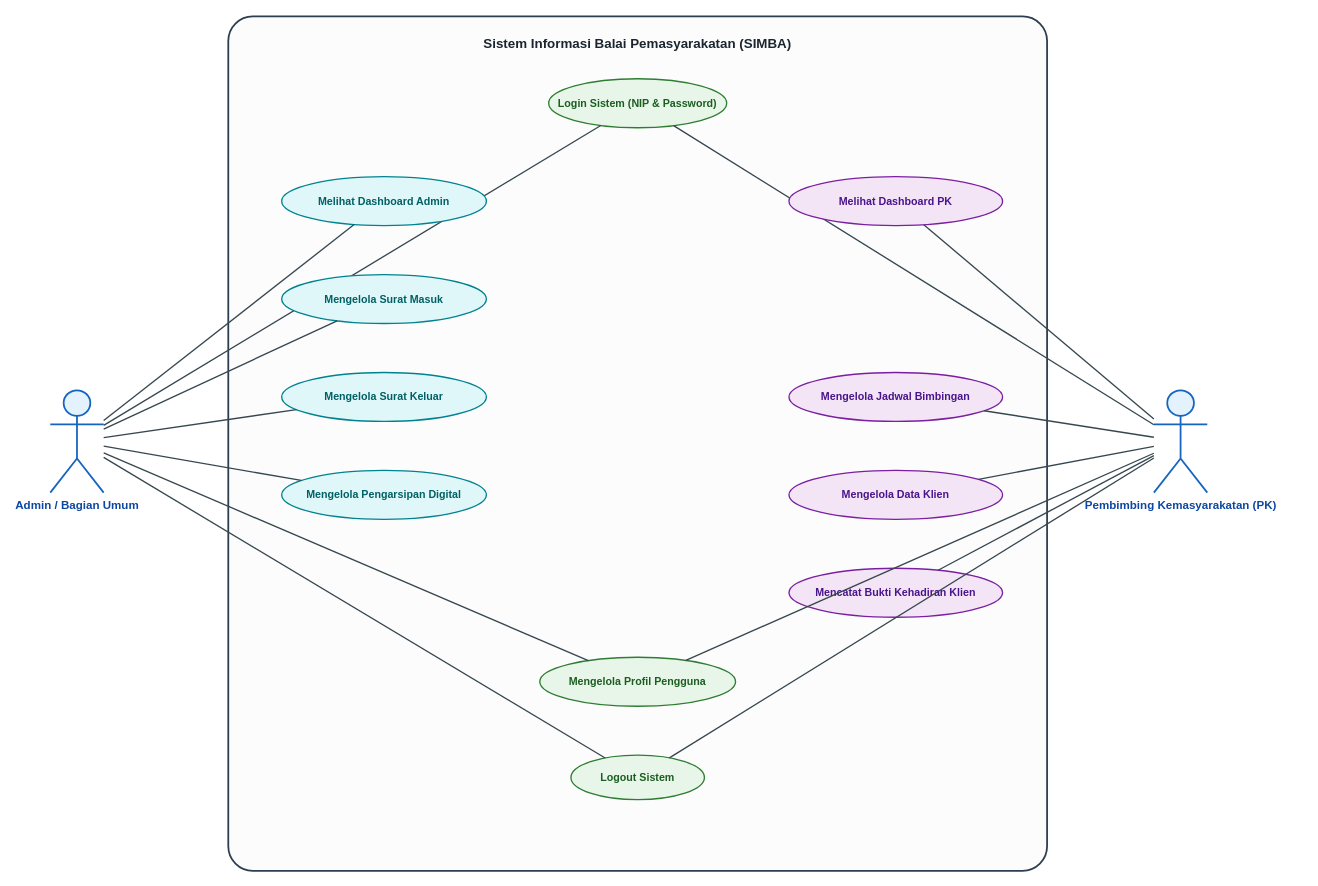
This is diagram/use_case_simba.drawio from hilyaaulia14/SIMBA, a draw.io file, before an edit. Source tidied: cells renumbered, new cells numbered last; positions are measured from the earlier drawing's top-left corner, leaving out a move shared by most shapes. Both pictures are drawn from the tidied source at 89%, with x=0, y=0 at pixel (50, 16).
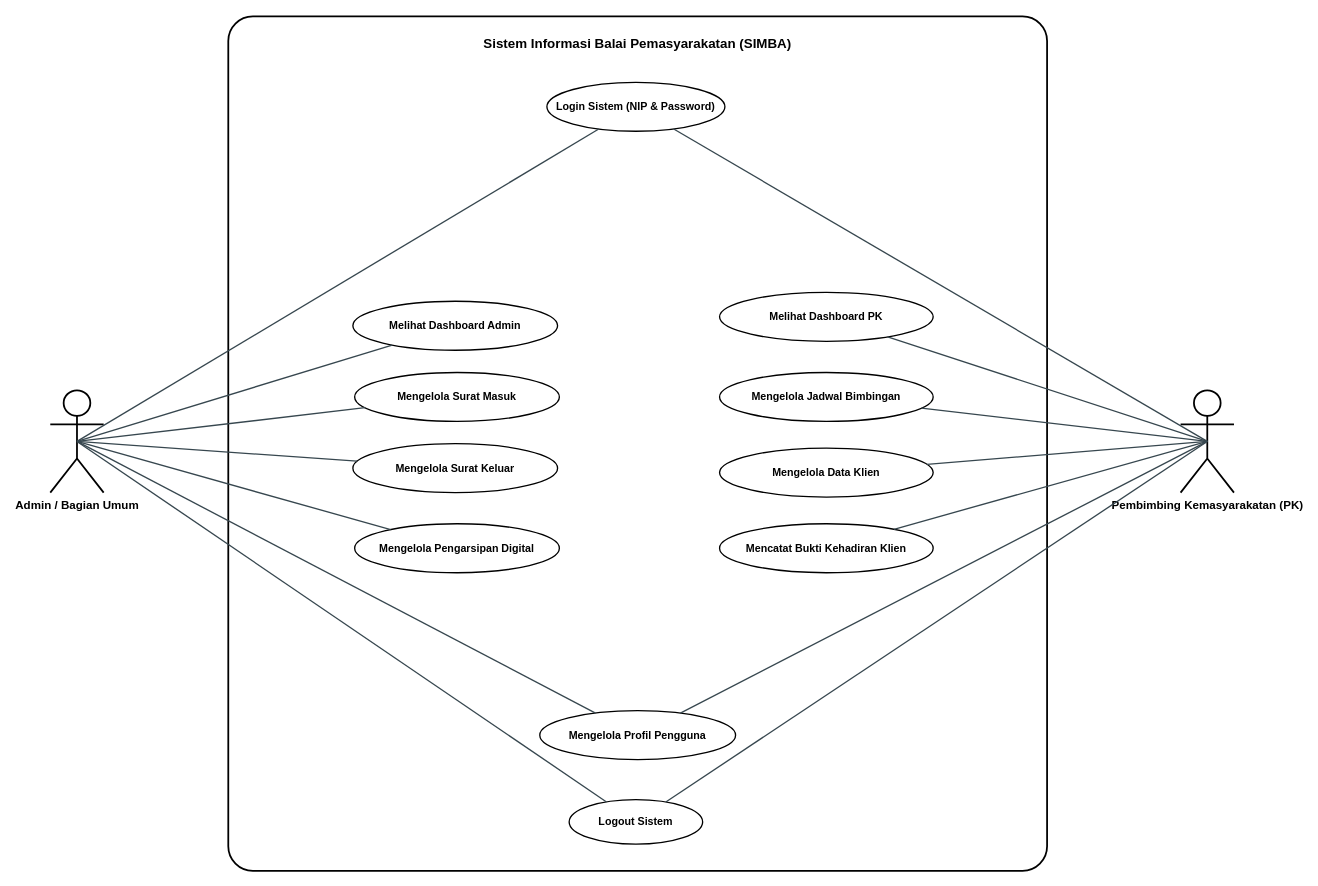
The same diagram, later.

Change to the diagram source:
```diff
@@
-    <mxCell id="2" value="Sistem Informasi Balai Pemasyarakatan (SIMBA)" style="rounded=1;whiteSpace=wrap;html=1;arcSize=3;strokeWidth=2;fillColor=#fcfcfd;strokeColor=#2c3e50;verticalAlign=top;fontStyle=1;fontSize=15;fontColor=#1a252f;spacingTop=15;" parent="1" vertex="1">
+    <mxCell id="2" value="Sistem Informasi Balai Pemasyarakatan (SIMBA)" style="rounded=1;whiteSpace=wrap;html=1;arcSize=3;strokeWidth=2;verticalAlign=top;fontStyle=1;fontSize=15;spacingTop=15;fillColor=none;" parent="1" vertex="1">
       <mxGeometry x="200" width="920" height="960" as="geometry" />
     </mxCell>
-    <mxCell id="3" value="Admin / Bagian Umum" style="shape=umlActor;verticalLabelPosition=bottom;verticalAlign=top;html=1;outlineConnect=0;fontStyle=1;fontSize=13;strokeWidth=2;fillColor=#e3f2fd;strokeColor=#1565c0;fontColor=#0d47a1;" parent="1" vertex="1">
+    <mxCell id="3" value="Admin / Bagian Umum" style="shape=umlActor;verticalLabelPosition=bottom;verticalAlign=top;html=1;outlineConnect=0;fontStyle=1;fontSize=13;strokeWidth=2;" parent="1" vertex="1">
       <mxGeometry y="420" width="60" height="115" as="geometry" />
     </mxCell>
-    <mxCell id="4" value="Pembimbing Kemasyarakatan (PK)" style="shape=umlActor;verticalLabelPosition=bottom;verticalAlign=top;html=1;outlineConnect=0;fontStyle=1;fontSize=13;strokeWidth=2;fillColor=#e3f2fd;strokeColor=#1565c0;fontColor=#0d47a1;" parent="1" vertex="1">
-      <mxGeometry x="1240" y="420" width="60" height="115" as="geometry" />
+    <mxCell id="4" value="Pembimbing Kemasyarakatan (PK)" style="shape=umlActor;verticalLabelPosition=bottom;verticalAlign=top;html=1;outlineConnect=0;fontStyle=1;fontSize=13;strokeWidth=2;" parent="1" vertex="1">
+      <mxGeometry x="1270" y="420" width="60" height="115" as="geometry" />
     </mxCell>
-    <mxCell id="5" value="Login Sistem (NIP &amp; Password)" style="ellipse;whiteSpace=wrap;html=1;fontSize=12;strokeWidth=1.5;fillColor=#e8f5e9;strokeColor=#2e7d32;fontColor=#1b5e20;fontStyle=1;" parent="1" vertex="1">
-      <mxGeometry x="560" y="70" width="200" height="55" as="geometry" />
+    <mxCell id="5" value="Login Sistem (NIP &amp; Password)" style="ellipse;whiteSpace=wrap;html=1;fontSize=12;strokeWidth=1.5;fontStyle=1;" parent="1" vertex="1">
+      <mxGeometry x="558" y="74" width="200" height="55" as="geometry" />
     </mxCell>
-    <mxCell id="6" style="endArrow=none;html=1;rounded=0;strokeColor=#37474f;strokeWidth=1.5;" parent="1" edge="1" source="3" target="5">
+    <mxCell id="6" style="endArrow=none;html=1;rounded=0;strokeColor=#37474f;strokeWidth=1.5;exitX=0.5;exitY=0.5;exitDx=0;exitDy=0;exitPerimeter=0;" parent="1" edge="1" source="3" target="5">
       <mxGeometry relative="1" as="geometry" />
     </mxCell>
-    <mxCell id="7" style="endArrow=none;html=1;rounded=0;strokeColor=#37474f;strokeWidth=1.5;" parent="1" edge="1" source="4" target="5">
+    <mxCell id="7" style="endArrow=none;html=1;rounded=0;strokeColor=#37474f;strokeWidth=1.5;exitX=0.5;exitY=0.5;exitDx=0;exitDy=0;exitPerimeter=0;" parent="1" edge="1" source="4" target="5">
       <mxGeometry relative="1" as="geometry" />
     </mxCell>
-    <mxCell id="8" value="Melihat Dashboard Admin" style="ellipse;whiteSpace=wrap;html=1;fontSize=12;strokeWidth=1.5;fillColor=#e0f7fa;strokeColor=#00838f;fontColor=#006064;fontStyle=1;" parent="1" vertex="1">
-      <mxGeometry x="260" y="180" width="230" height="55" as="geometry" />
+    <mxCell id="8" value="Melihat Dashboard Admin" style="ellipse;whiteSpace=wrap;html=1;fontSize=12;strokeWidth=1.5;fontStyle=1;" parent="1" vertex="1">
+      <mxGeometry x="340" y="320" width="230" height="55" as="geometry" />
     </mxCell>
-    <mxCell id="9" value="Mengelola Surat Masuk" style="ellipse;whiteSpace=wrap;html=1;fontSize=12;strokeWidth=1.5;fillColor=#e0f7fa;strokeColor=#00838f;fontColor=#006064;fontStyle=1;" parent="1" vertex="1">
-      <mxGeometry x="260" y="290" width="230" height="55" as="geometry" />
+    <mxCell id="9" value="Mengelola Surat Masuk" style="ellipse;whiteSpace=wrap;html=1;fontSize=12;strokeWidth=1.5;fontStyle=1;" parent="1" vertex="1">
+      <mxGeometry x="342" y="400" width="230" height="55" as="geometry" />
     </mxCell>
-    <mxCell id="10" value="Mengelola Surat Keluar" style="ellipse;whiteSpace=wrap;html=1;fontSize=12;strokeWidth=1.5;fillColor=#e0f7fa;strokeColor=#00838f;fontColor=#006064;fontStyle=1;" parent="1" vertex="1">
-      <mxGeometry x="260" y="400" width="230" height="55" as="geometry" />
+    <mxCell id="10" value="Mengelola Surat Keluar" style="ellipse;whiteSpace=wrap;html=1;fontSize=12;strokeWidth=1.5;fontStyle=1;" parent="1" vertex="1">
+      <mxGeometry x="340" y="480" width="230" height="55" as="geometry" />
     </mxCell>
-    <mxCell id="11" value="Mengelola Pengarsipan Digital" style="ellipse;whiteSpace=wrap;html=1;fontSize=12;strokeWidth=1.5;fillColor=#e0f7fa;strokeColor=#00838f;fontColor=#006064;fontStyle=1;" parent="1" vertex="1">
-      <mxGeometry x="260" y="510" width="230" height="55" as="geometry" />
+    <mxCell id="11" value="Mengelola Pengarsipan Digital" style="ellipse;whiteSpace=wrap;html=1;fontSize=12;strokeWidth=1.5;fontStyle=1;" parent="1" vertex="1">
+      <mxGeometry x="342" y="570" width="230" height="55" as="geometry" />
     </mxCell>
-    <mxCell id="12" style="endArrow=none;html=1;rounded=0;strokeColor=#37474f;strokeWidth=1.5;" parent="1" edge="1" source="3" target="8">
+    <mxCell id="12" style="endArrow=none;html=1;rounded=0;strokeColor=#37474f;strokeWidth=1.5;exitX=0.5;exitY=0.5;exitDx=0;exitDy=0;exitPerimeter=0;" parent="1" edge="1" source="3" target="8">
       <mxGeometry relative="1" as="geometry" />
     </mxCell>
-    <mxCell id="13" style="endArrow=none;html=1;rounded=0;strokeColor=#37474f;strokeWidth=1.5;" parent="1" edge="1" source="3" target="9">
+    <mxCell id="13" style="endArrow=none;html=1;rounded=0;strokeColor=#37474f;strokeWidth=1.5;exitX=0.5;exitY=0.5;exitDx=0;exitDy=0;exitPerimeter=0;" parent="1" edge="1" source="3" target="9">
       <mxGeometry relative="1" as="geometry" />
     </mxCell>
-    <mxCell id="14" style="endArrow=none;html=1;rounded=0;strokeColor=#37474f;strokeWidth=1.5;" parent="1" edge="1" source="3" target="10">
+    <mxCell id="14" style="endArrow=none;html=1;rounded=0;strokeColor=#37474f;strokeWidth=1.5;exitX=0.5;exitY=0.5;exitDx=0;exitDy=0;exitPerimeter=0;" parent="1" edge="1" source="3" target="10">
       <mxGeometry relative="1" as="geometry" />
     </mxCell>
-    <mxCell id="15" style="endArrow=none;html=1;rounded=0;strokeColor=#37474f;strokeWidth=1.5;" parent="1" edge="1" source="3" target="11">
+    <mxCell id="15" style="endArrow=none;html=1;rounded=0;strokeColor=#37474f;strokeWidth=1.5;exitX=0.5;exitY=0.5;exitDx=0;exitDy=0;exitPerimeter=0;" parent="1" edge="1" source="3" target="11">
       <mxGeometry relative="1" as="geometry" />
     </mxCell>
-    <mxCell id="16" value="Melihat Dashboard PK" style="ellipse;whiteSpace=wrap;html=1;fontSize=12;strokeWidth=1.5;fillColor=#f3e5f5;strokeColor=#7b1fa2;fontColor=#4a148c;fontStyle=1;" parent="1" vertex="1">
-      <mxGeometry x="830" y="180" width="240" height="55" as="geometry" />
+    <mxCell id="16" value="Melihat Dashboard PK" style="ellipse;whiteSpace=wrap;html=1;fontSize=12;strokeWidth=1.5;fontStyle=1;" parent="1" vertex="1">
+      <mxGeometry x="752" y="310" width="240" height="55" as="geometry" />
     </mxCell>
-    <mxCell id="17" value="Mengelola Jadwal Bimbingan" style="ellipse;whiteSpace=wrap;html=1;fontSize=12;strokeWidth=1.5;fillColor=#f3e5f5;strokeColor=#7b1fa2;fontColor=#4a148c;fontStyle=1;" parent="1" vertex="1">
-      <mxGeometry x="830" y="400" width="240" height="55" as="geometry" />
+    <mxCell id="17" value="Mengelola Jadwal Bimbingan" style="ellipse;whiteSpace=wrap;html=1;fontSize=12;strokeWidth=1.5;fontStyle=1;" parent="1" vertex="1">
+      <mxGeometry x="752" y="400" width="240" height="55" as="geometry" />
     </mxCell>
-    <mxCell id="18" value="Mengelola Data Klien" style="ellipse;whiteSpace=wrap;html=1;fontSize=12;strokeWidth=1.5;fillColor=#f3e5f5;strokeColor=#7b1fa2;fontColor=#4a148c;fontStyle=1;" parent="1" vertex="1">
-      <mxGeometry x="830" y="510" width="240" height="55" as="geometry" />
+    <mxCell id="18" value="Mengelola Data Klien" style="ellipse;whiteSpace=wrap;html=1;fontSize=12;strokeWidth=1.5;fontStyle=1;" parent="1" vertex="1">
+      <mxGeometry x="752" y="485" width="240" height="55" as="geometry" />
     </mxCell>
-    <mxCell id="19" value="Mencatat Bukti Kehadiran Klien" style="ellipse;whiteSpace=wrap;html=1;fontSize=12;strokeWidth=1.5;fillColor=#f3e5f5;strokeColor=#7b1fa2;fontColor=#4a148c;fontStyle=1;" parent="1" vertex="1">
-      <mxGeometry x="830" y="620" width="240" height="55" as="geometry" />
+    <mxCell id="19" value="Mencatat Bukti Kehadiran Klien" style="ellipse;whiteSpace=wrap;html=1;fontSize=12;strokeWidth=1.5;fontStyle=1;" parent="1" vertex="1">
+      <mxGeometry x="752" y="570" width="240" height="55" as="geometry" />
     </mxCell>
-    <mxCell id="20" style="endArrow=none;html=1;rounded=0;strokeColor=#37474f;strokeWidth=1.5;" parent="1" edge="1" source="4" target="16">
+    <mxCell id="20" style="endArrow=none;html=1;rounded=0;strokeColor=#37474f;strokeWidth=1.5;exitX=0.5;exitY=0.5;exitDx=0;exitDy=0;exitPerimeter=0;" parent="1" edge="1" source="4" target="16">
       <mxGeometry relative="1" as="geometry" />
     </mxCell>
-    <mxCell id="21" style="endArrow=none;html=1;rounded=0;strokeColor=#37474f;strokeWidth=1.5;" parent="1" edge="1" source="4" target="17">
+    <mxCell id="21" style="endArrow=none;html=1;rounded=0;strokeColor=#37474f;strokeWidth=1.5;exitX=0.5;exitY=0.5;exitDx=0;exitDy=0;exitPerimeter=0;" parent="1" edge="1" source="4" target="17">
       <mxGeometry relative="1" as="geometry" />
     </mxCell>
-    <mxCell id="22" style="endArrow=none;html=1;rounded=0;strokeColor=#37474f;strokeWidth=1.5;" parent="1" edge="1" source="4" target="18">
+    <mxCell id="22" style="endArrow=none;html=1;rounded=0;strokeColor=#37474f;strokeWidth=1.5;exitX=0.5;exitY=0.5;exitDx=0;exitDy=0;exitPerimeter=0;" parent="1" edge="1" source="4" target="18">
       <mxGeometry relative="1" as="geometry" />
     </mxCell>
-    <mxCell id="23" style="endArrow=none;html=1;rounded=0;strokeColor=#37474f;strokeWidth=1.5;" parent="1" edge="1" source="4" target="19">
+    <mxCell id="23" style="endArrow=none;html=1;rounded=0;strokeColor=#37474f;strokeWidth=1.5;exitX=0.5;exitY=0.5;exitDx=0;exitDy=0;exitPerimeter=0;" parent="1" edge="1" source="4" target="19">
       <mxGeometry relative="1" as="geometry" />
     </mxCell>
-    <mxCell id="24" value="Mengelola Profil Pengguna" style="ellipse;whiteSpace=wrap;html=1;fontSize=12;strokeWidth=1.5;fillColor=#e8f5e9;strokeColor=#2e7d32;fontColor=#1b5e20;fontStyle=1;" parent="1" vertex="1">
-      <mxGeometry x="550" y="720" width="220" height="55" as="geometry" />
+    <mxCell id="24" value="Mengelola Profil Pengguna" style="ellipse;whiteSpace=wrap;html=1;fontSize=12;strokeWidth=1.5;fontStyle=1;" parent="1" vertex="1">
+      <mxGeometry x="550" y="780" width="220" height="55" as="geometry" />
     </mxCell>
-    <mxCell id="25" value="Logout Sistem" style="ellipse;whiteSpace=wrap;html=1;fontSize=12;strokeWidth=1.5;fillColor=#e8f5e9;strokeColor=#2e7d32;fontColor=#1b5e20;fontStyle=1;" parent="1" vertex="1">
-      <mxGeometry x="585" y="830" width="150" height="50" as="geometry" />
+    <mxCell id="25" value="Logout Sistem" style="ellipse;whiteSpace=wrap;html=1;fontSize=12;strokeWidth=1.5;fontStyle=1;" parent="1" vertex="1">
+      <mxGeometry x="583" y="880" width="150" height="50" as="geometry" />
     </mxCell>
-    <mxCell id="26" style="endArrow=none;html=1;rounded=0;strokeColor=#37474f;strokeWidth=1.5;" parent="1" edge="1" source="3" target="24">
+    <mxCell id="26" style="endArrow=none;html=1;rounded=0;strokeColor=#37474f;strokeWidth=1.5;exitX=0.5;exitY=0.5;exitDx=0;exitDy=0;exitPerimeter=0;" parent="1" edge="1" source="3" target="24">
       <mxGeometry relative="1" as="geometry" />
     </mxCell>
-    <mxCell id="27" style="endArrow=none;html=1;rounded=0;strokeColor=#37474f;strokeWidth=1.5;" parent="1" edge="1" source="4" target="24">
+    <mxCell id="27" style="endArrow=none;html=1;rounded=0;strokeColor=#37474f;strokeWidth=1.5;exitX=0.5;exitY=0.5;exitDx=0;exitDy=0;exitPerimeter=0;" parent="1" edge="1" source="4" target="24">
       <mxGeometry relative="1" as="geometry" />
     </mxCell>
-    <mxCell id="28" style="endArrow=none;html=1;rounded=0;strokeColor=#37474f;strokeWidth=1.5;" parent="1" edge="1" source="3" target="25">
+    <mxCell id="28" style="endArrow=none;html=1;rounded=0;strokeColor=#37474f;strokeWidth=1.5;exitX=0.5;exitY=0.5;exitDx=0;exitDy=0;exitPerimeter=0;" parent="1" edge="1" source="3" target="25">
       <mxGeometry relative="1" as="geometry" />
     </mxCell>
-    <mxCell id="29" style="endArrow=none;html=1;rounded=0;strokeColor=#37474f;strokeWidth=1.5;" parent="1" edge="1" source="4" target="25">
+    <mxCell id="29" style="endArrow=none;html=1;rounded=0;strokeColor=#37474f;strokeWidth=1.5;exitX=0.5;exitY=0.5;exitDx=0;exitDy=0;exitPerimeter=0;" parent="1" edge="1" source="4" target="25">
       <mxGeometry relative="1" as="geometry" />
     </mxCell>
```
